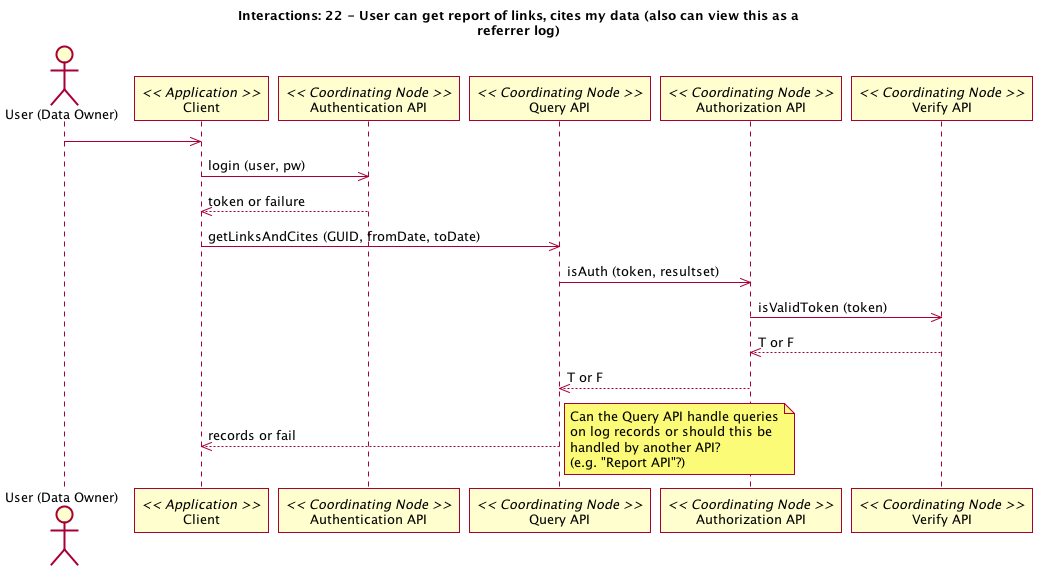
Before: source/UseCases/images/22_interaction.png, a diagram exported from PlantUML (datadavev/DataONE_architecture). The source it was exported from:
```plantuml
@startuml 22_interaction.png
title Interactions: 22 - User can get report of links, cites my data (also can view this as a\nreferrer log)
actor "User (Data Owner)" as user
participant "Client" as app_client << Application >>
user -> app_client
participant "Authentication API" as c_authenticate << Coordinating Node >>
app_client -> c_authenticate: login (user, pw)
app_client <-- c_authenticate: token or failure
participant "Query API" as c_query << Coordinating Node >>
app_client -> c_query: getLinksAndCites (GUID, fromDate, toDate)
participant "Authorization API" as c_authorize << Coordinating Node >>
c_query -> c_authorize: isAuth (token, resultset)
participant "Verify API" as c_ver << Coordinating Node >>
c_authorize -> c_ver: isValidToken (token)
c_authorize <-- c_ver: T or F
c_query <-- c_authorize: T or F
app_client <-- c_query: records or fail
note right
@enduml
```
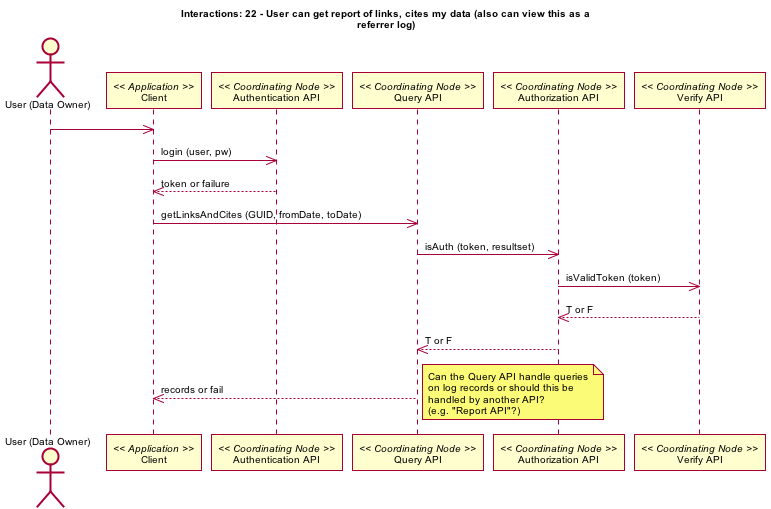
Above is the later version.

What changed in the source:
```diff
@@ -1,4 +1,61 @@
-@startuml 22_interaction.png
+@startuml images/22_interaction.png
+skinparam activityFontColor black
+skinparam activityFontSize 10
+skinparam activityFontName arial
+skinparam activityArrowFontColor black
+skinparam activityArrowFontSize 10
+skinparam activityArrowFontName arial
+skinparam classArrowFontColor black
+skinparam classArrowFontSize 10
+skinparam classArrowFontName arial
+skinparam classAttributeFontColor black
+skinparam classAttributeFontSize 10
+skinparam classAttributeFontName arial
+skinparam classFontColor black
+skinparam classFontSize 10
+skinparam classFontName arial
+skinparam componentFontColor black
+skinparam componentFontSize 10
+skinparam componentFontName arial
+skinparam componentArrowFontColor black
+skinparam componentArrowFontSize 10
+skinparam componentArrowFontName arial
+skinparam noteFontColor black
+skinparam noteFontSize 10
+skinparam noteFontName arial
+skinparam packageFontColor black
+skinparam packageFontSize 10
+skinparam packageFontName arial
+skinparam sequenceActorFontColor black
+skinparam sequenceActorFontSize 10
+skinparam sequenceActorFontName arial
+skinparam sequenceArrowFontColor black
+skinparam sequenceArrowFontSize 10
+skinparam sequenceArrowFontName arial
+skinparam sequenceGroupingFontColor black
+skinparam sequenceGroupingFontSize 10
+skinparam sequenceGroupingFontName arial
+skinparam sequenceGroupingHeaderFontColor black
+skinparam sequenceGroupingHeaderFontSize 10
+skinparam sequenceGroupingHeaderFontName arial
+skinparam sequenceParticipantFontColor black
+skinparam sequenceParticipantFontSize 10
+skinparam sequenceParticipantFontName arial
+skinparam sequenceTitleFontColor black
+skinparam sequenceTitleFontSize 10
+skinparam sequenceTitleFontName arial
+skinparam titleFontColor black
+skinparam titleFontSize 10
+skinparam titleFontName arial
+skinparam usecaseFontColor black
+skinparam usecaseFontSize 10
+skinparam usecaseFontName arial
+skinparam usecaseActorFontColor black
+skinparam usecaseActorFontSize 10
+skinparam usecaseActorFontName arial
+skinparam usecaseArrowFontColor black
+skinparam usecaseArrowFontSize 10
+skinparam usecaseArrowFontName arial
 title Interactions: 22 - User can get report of links, cites my data (also can view this as a\nreferrer log)
 actor "User (Data Owner)" as user
 participant "Client" as app_client << Application >>
@@ -16,4 +73,9 @@
 c_query <-- c_authorize: T or F
 app_client <-- c_query: records or fail
 note right
+Can the Query API handle queries
+on log records or should this be
+handled by another API?
+(e.g. "Report API"?)
+end note
 @enduml
```
